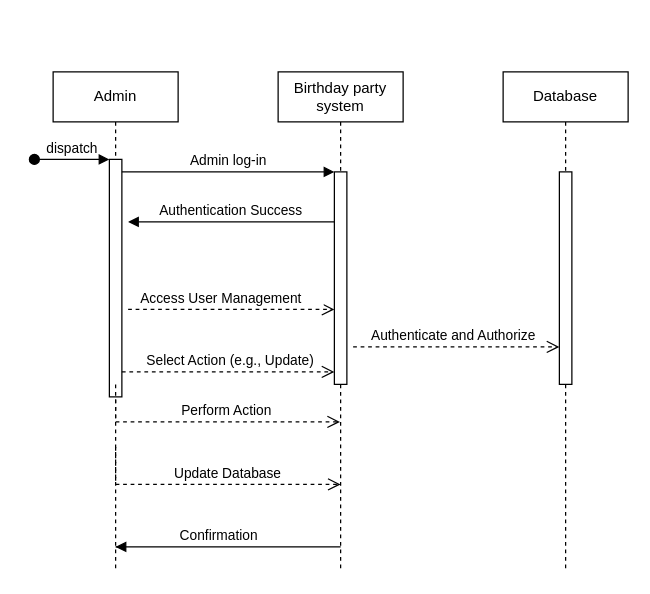
The draw.io diagram Untitled Diagram.drawio in Trispu/Components-Part1, before the edit. Source tidied: cells renumbered, new cells numbered last; positions are measured from the earlier drawing's top-left corner, leaving out a move shared by most shapes. Both pictures are drawn from the tidied source at 125%, with x=0, y=0 at pixel (34, 71).
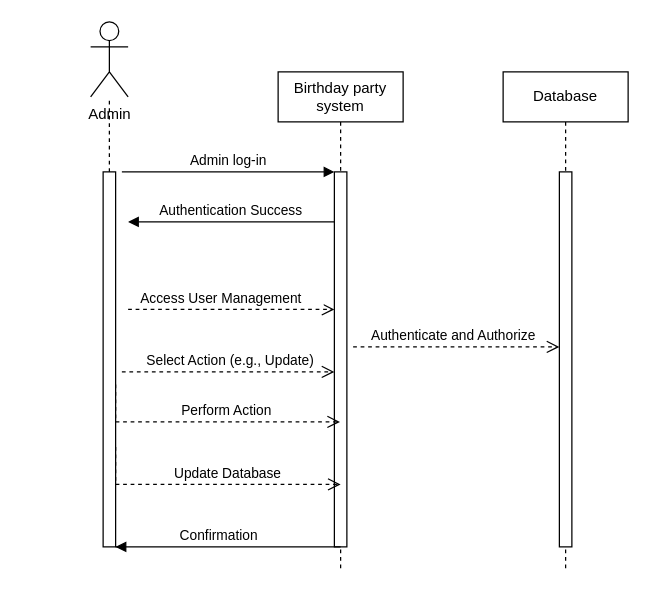
After the change.

Unchanged cells that the change refers to:
```xml
<mxCell id="5" value="Birthday party system" style="shape=umlLifeline;perimeter=lifelinePerimeter;whiteSpace=wrap;html=1;outlineConnect=0;portConstraint=eastwest;newEdgeStyle={&quot;edgeStyle&quot;:&quot;elbowEdgeStyle&quot;,&quot;elbow&quot;:&quot;vertical&quot;,&quot;curved&quot;:0,&quot;rounded&quot;:0};" parent="1" vertex="1">
  <mxGeometry x="195" width="100" height="400" as="geometry" />
</mxCell>
<mxCell id="10" value="Database" style="shape=umlLifeline;perimeter=lifelinePerimeter;whiteSpace=wrap;html=1;newEdgeStyle={&quot;edgeStyle&quot;:&quot;elbowEdgeStyle&quot;,&quot;elbow&quot;:&quot;vertical&quot;,&quot;curved&quot;:0,&quot;rounded&quot;:0};" parent="1" vertex="1">
  <mxGeometry x="375" width="100" height="400" as="geometry" />
</mxCell>
```

What changed in the source:
```diff
@@
-    <mxCell id="2" value="Admin" style="shape=umlLifeline;perimeter=lifelinePerimeter;whiteSpace=wrap;html=1;outlineConnect=0;portConstraint=eastwest;newEdgeStyle={&quot;edgeStyle&quot;:&quot;elbowEdgeStyle&quot;,&quot;elbow&quot;:&quot;vertical&quot;,&quot;curved&quot;:0,&quot;rounded&quot;:0};" parent="1" vertex="1">
-      <mxGeometry x="15" width="100" height="400" as="geometry" />
-    </mxCell>
-    <mxCell id="3" style="html=1;points=[];perimeter=orthogonalPerimeter;outlineConnect=0;targetShapes=umlLifeline;portConstraint=eastwest;newEdgeStyle={&quot;edgeStyle&quot;:&quot;elbowEdgeStyle&quot;,&quot;elbow&quot;:&quot;vertical&quot;,&quot;curved&quot;:0,&quot;rounded&quot;:0};" parent="2" vertex="1">
-      <mxGeometry x="45" y="70" width="10" height="190" as="geometry" />
-    </mxCell>
-    <mxCell id="4" value="dispatch" style="html=1;verticalAlign=bottom;startArrow=oval;endArrow=block;startSize=8;edgeStyle=elbowEdgeStyle;elbow=vertical;curved=0;rounded=0;" parent="2" edge="1" target="3">
-      <mxGeometry relative="1" as="geometry">
-        <mxPoint x="-15" y="70" as="sourcePoint" />
-      </mxGeometry>
-    </mxCell>
@@
     <mxCell id="6" style="html=1;points=[];perimeter=orthogonalPerimeter;outlineConnect=0;targetShapes=umlLifeline;portConstraint=eastwest;newEdgeStyle={&quot;edgeStyle&quot;:&quot;elbowEdgeStyle&quot;,&quot;elbow&quot;:&quot;vertical&quot;,&quot;curved&quot;:0,&quot;rounded&quot;:0};" parent="5" vertex="1">
-      <mxGeometry x="45" y="80" width="10" height="170" as="geometry" />
+      <mxGeometry x="45" y="80" width="10" height="300" as="geometry" />
     </mxCell>
-    <mxCell id="7" value="Admin log-in" style="html=1;verticalAlign=bottom;endArrow=block;edgeStyle=elbowEdgeStyle;elbow=vertical;curved=0;rounded=0;" parent="1" edge="1" source="3" target="6">
+    <mxCell id="7" value="Admin log-in" style="html=1;verticalAlign=bottom;endArrow=block;edgeStyle=elbowEdgeStyle;elbow=vertical;curved=0;rounded=0;" parent="1" edge="1" target="6">
       <mxGeometry relative="1" as="geometry">
+        <mxPoint x="70" y="80" as="sourcePoint" />
         <Array as="points">
           <mxPoint x="155" y="80" />
         </Array>
       </mxGeometry>
     </mxCell>
@@
     <mxCell id="11" style="html=1;perimeter=orthogonalPerimeter;targetShapes=umlLifeline;newEdgeStyle={&quot;edgeStyle&quot;:&quot;elbowEdgeStyle&quot;,&quot;elbow&quot;:&quot;vertical&quot;,&quot;curved&quot;:0,&quot;rounded&quot;:0};" parent="10" vertex="1">
-      <mxGeometry x="45" y="80" width="10" height="170" as="geometry" />
+      <mxGeometry x="45" y="80" width="10" height="300" as="geometry" />
     </mxCell>
-    <mxCell id="12" value="&amp;nbsp;Select Action (e.g., Update)" style="html=1;verticalAlign=bottom;endArrow=open;dashed=1;endSize=8;edgeStyle=elbowEdgeStyle;elbow=vertical;curved=0;rounded=0;" parent="1" edge="1" source="3" target="6">
+    <mxCell id="12" value="&amp;nbsp;Select Action (e.g., Update)" style="html=1;verticalAlign=bottom;endArrow=open;dashed=1;endSize=8;edgeStyle=elbowEdgeStyle;elbow=vertical;curved=0;rounded=0;" parent="1" edge="1" target="6">
       <mxGeometry relative="1" as="geometry">
+        <mxPoint x="70" y="240" as="sourcePoint" />
         <Array as="points">
           <mxPoint x="165" y="240" />
         </Array>
       </mxGeometry>
     </mxCell>
@@
+    <mxCell id="2" value="Admin" style="shape=umlActor;verticalLabelPosition=bottom;verticalAlign=top;html=1;outlineConnect=0;" parent="1" vertex="1">
+      <mxGeometry x="45" y="-40" width="30" height="60" as="geometry" />
+    </mxCell>
+    <mxCell id="17" style="endArrow=none;dashed=1;html=1;rounded=0;" parent="1" edge="1" source="20" target="2">
+      <mxGeometry relative="1" as="geometry" />
+    </mxCell>
+    <mxCell id="18" style="edgeStyle=orthogonalEdgeStyle;rounded=0;orthogonalLoop=1;jettySize=auto;html=1;exitX=0.5;exitY=1;exitDx=0;exitDy=0;" parent="1" edge="1" source="20" target="20">
+      <mxGeometry relative="1" as="geometry" />
+    </mxCell>
+    <mxCell id="19" style="endArrow=none;dashed=1;html=1;rounded=0;" parent="1" edge="1" target="20">
+      <mxGeometry relative="1" as="geometry">
+        <mxPoint x="65" y="240" as="sourcePoint" />
+      </mxGeometry>
+    </mxCell>
+    <mxCell id="20" style="rounded=0;whiteSpace=wrap;html=1;" parent="1" vertex="1">
+      <mxGeometry x="55" y="80" width="10" height="300" as="geometry" />
+    </mxCell>
```
